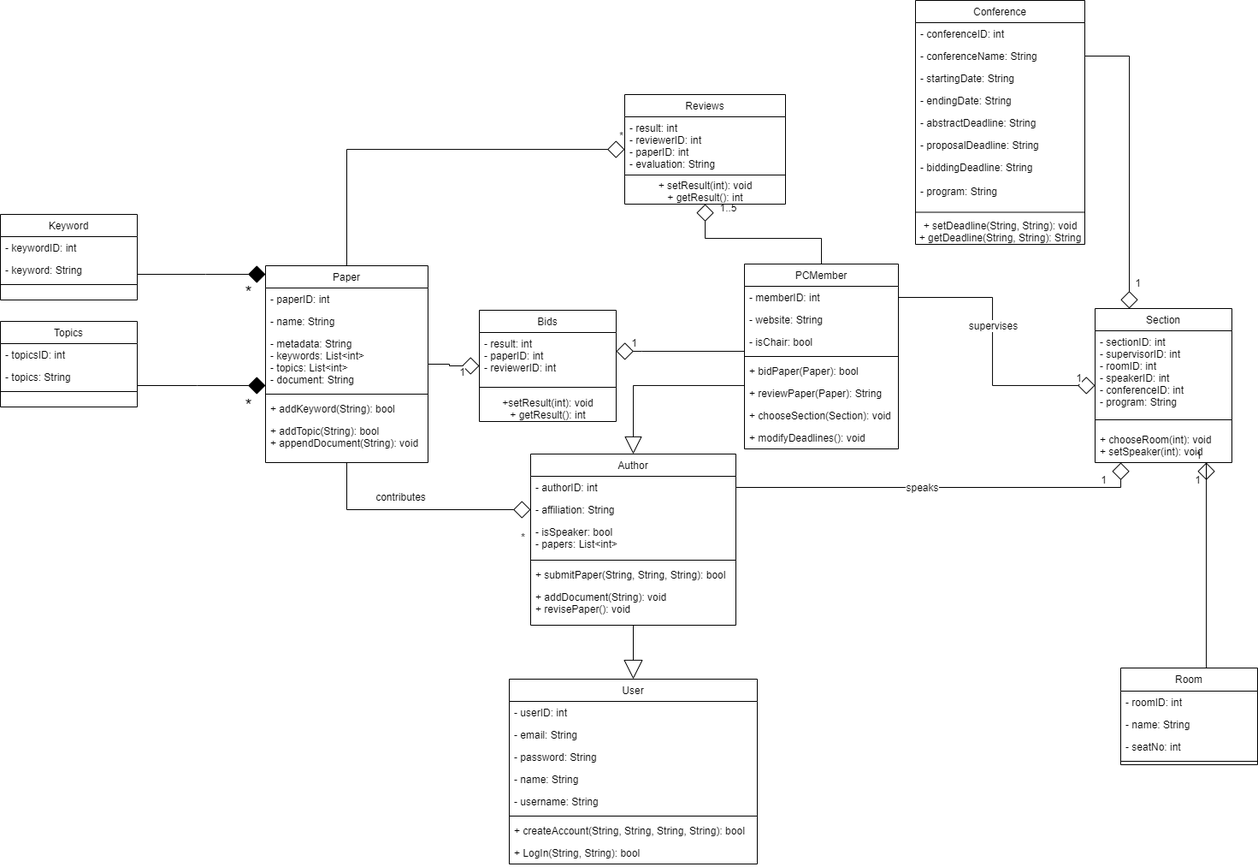
Earlier version of the draw.io export analysis model/object model/classDiagram.png (BackendBoys-ISS/issrepo). Source tidied: cells renumbered, new cells last; positions are measured from the earlier drawing's top-left corner, leaving out a move shared by most shapes.
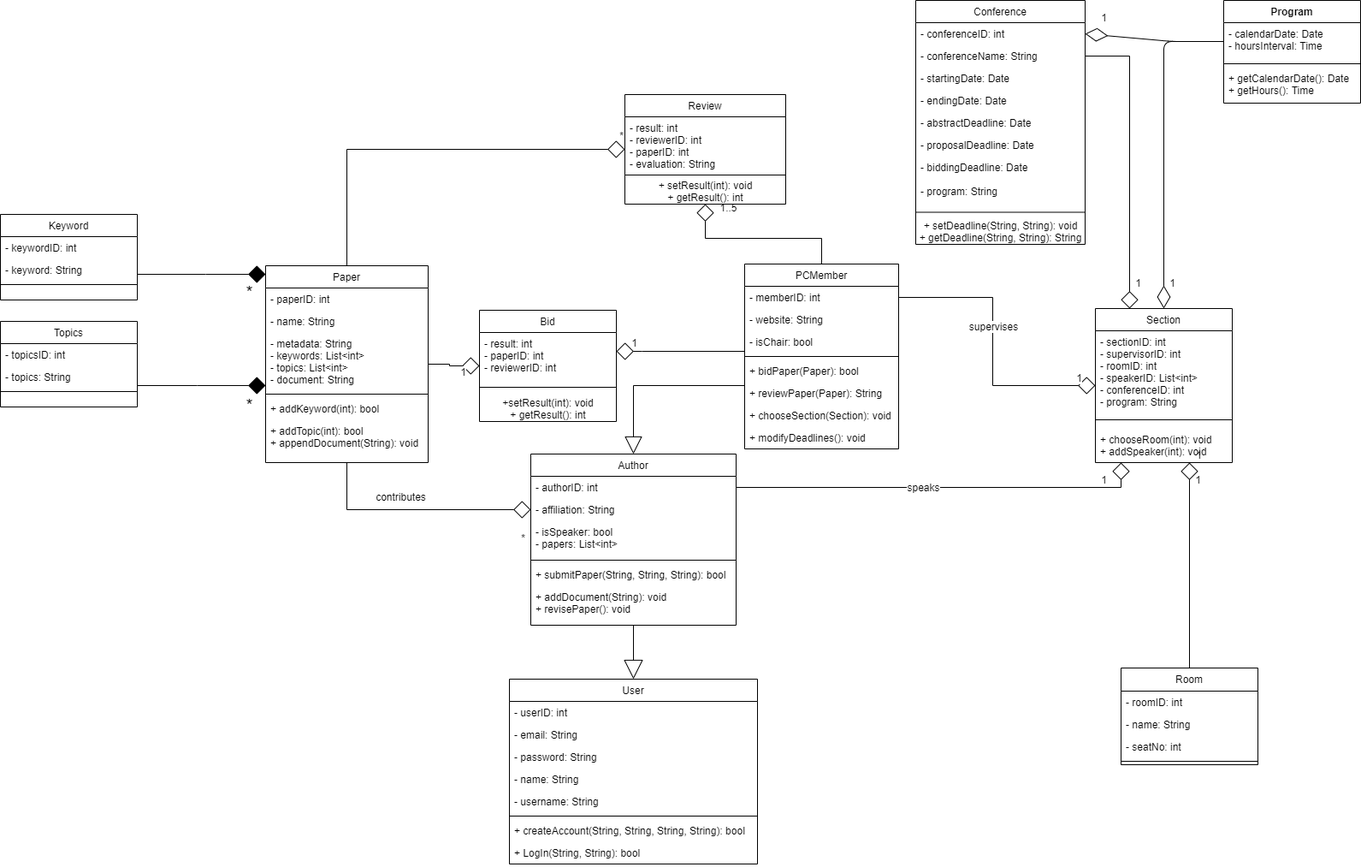
After the change.

Commit message:
updated class diagram

The edit, as a diff of the source:
```diff
@@ -58,7 +58,7 @@
         <mxPoint x="319" y="-138" as="offset" />
       </mxGeometry>
     </mxCell>
-    <mxCell id="14" value="Reviews" style="swimlane;fontStyle=0;align=center;verticalAlign=top;horizontal=1;startSize=26;fontSize=12;" parent="1" vertex="1">
+    <mxCell id="14" value="Review" style="swimlane;fontStyle=0;align=center;verticalAlign=top;horizontal=1;startSize=26;fontSize=12;" parent="1" vertex="1">
       <mxGeometry x="730" y="110" width="188" height="128" as="geometry" />
     </mxCell>
     <mxCell id="15" value="- result: int&#10;- reviewerID: int&#10;- paperID: int&#10;- evaluation: String" style="text;strokeColor=none;fillColor=none;align=left;verticalAlign=top;spacingLeft=4;spacingRight=4;overflow=hidden;" parent="14" vertex="1">
@@ -119,10 +119,10 @@
     <mxCell id="29" style="line;html=1;strokeWidth=1;align=left;verticalAlign=middle;spacingTop=-1;spacingLeft=3;spacingRight=3;labelPosition=right;" parent="24" vertex="1">
       <mxGeometry y="146" width="190" height="8" as="geometry" />
     </mxCell>
-    <mxCell id="30" value="+ addKeyword(String): bool" style="text;strokeColor=none;fillColor=none;align=left;verticalAlign=top;spacingLeft=4;spacingRight=4;overflow=hidden;fontSize=12;" parent="24" vertex="1">
+    <mxCell id="30" value="+ addKeyword(int): bool" style="text;strokeColor=none;fillColor=none;align=left;verticalAlign=top;spacingLeft=4;spacingRight=4;overflow=hidden;fontSize=12;" parent="24" vertex="1">
       <mxGeometry y="154" width="190" height="26" as="geometry" />
     </mxCell>
-    <mxCell id="31" value="+ addTopic(String): bool&#10;+ appendDocument(String): void" style="text;strokeColor=none;fillColor=none;align=left;verticalAlign=top;spacingLeft=4;spacingRight=4;overflow=hidden;fontSize=12;" parent="24" vertex="1">
+    <mxCell id="31" value="+ addTopic(int): bool&#10;+ appendDocument(String): void" style="text;strokeColor=none;fillColor=none;align=left;verticalAlign=top;spacingLeft=4;spacingRight=4;overflow=hidden;fontSize=12;" parent="24" vertex="1">
       <mxGeometry y="180" width="190" height="40" as="geometry" />
     </mxCell>
     <mxCell id="32" value="Topics" style="swimlane;fontStyle=0;align=center;verticalAlign=top;horizontal=1;startSize=26;rounded=0;shadow=0;strokeWidth=1;" parent="1" vertex="1">
@@ -193,7 +193,7 @@
         <mxPoint x="83" y="183" as="offset" />
       </mxGeometry>
     </mxCell>
-    <mxCell id="52" value="Bids" style="swimlane;fontStyle=0;align=center;verticalAlign=top;horizontal=1;startSize=26;fontSize=12;" parent="1" vertex="1">
+    <mxCell id="52" value="Bid" style="swimlane;fontStyle=0;align=center;verticalAlign=top;horizontal=1;startSize=26;fontSize=12;" parent="1" vertex="1">
       <mxGeometry x="560" y="362" width="160" height="130" as="geometry" />
     </mxCell>
     <mxCell id="53" value="- result: int&#10;- paperID: int&#10;- reviewerID: int" style="text;strokeColor=none;fillColor=none;align=left;verticalAlign=top;spacingLeft=4;spacingRight=4;overflow=hidden;" parent="52" vertex="1">
@@ -239,13 +239,13 @@
     <mxCell id="65" value="Section" style="swimlane;fontStyle=0;align=center;verticalAlign=top;horizontal=1;startSize=26;fontSize=12;" parent="1" vertex="1">
       <mxGeometry x="1280" y="360" width="160" height="180" as="geometry" />
     </mxCell>
-    <mxCell id="66" value="- sectionID: int&#10;- supervisorID: int&#10;- roomID: int&#10;- speakerID: int&#10;- conferenceID: int&#10;- program: String" style="text;strokeColor=none;fillColor=none;align=left;verticalAlign=top;spacingLeft=4;spacingRight=4;overflow=hidden;" parent="65" vertex="1">
+    <mxCell id="66" value="- sectionID: int&#10;- supervisorID: int&#10;- roomID: int&#10;- speakerID: List&lt;int&gt;&#10;- conferenceID: int&#10;- program: String" style="text;strokeColor=none;fillColor=none;align=left;verticalAlign=top;spacingLeft=4;spacingRight=4;overflow=hidden;" parent="65" vertex="1">
       <mxGeometry y="26" width="160" height="94" as="geometry" />
     </mxCell>
     <mxCell id="67" style="line;strokeWidth=1;fillColor=none;align=left;verticalAlign=middle;spacingTop=-1;spacingLeft=3;spacingRight=3;labelPosition=right;" parent="65" vertex="1">
       <mxGeometry y="120" width="160" height="20" as="geometry" />
     </mxCell>
-    <mxCell id="68" value="+ chooseRoom(int): void&#10;+ setSpeaker(int): void" style="text;strokeColor=none;fillColor=none;align=left;verticalAlign=top;spacingLeft=4;spacingRight=4;overflow=hidden;fontSize=12;" parent="65" vertex="1">
+    <mxCell id="68" value="+ chooseRoom(int): void&#10;+ addSpeaker(int): void" style="text;strokeColor=none;fillColor=none;align=left;verticalAlign=top;spacingLeft=4;spacingRight=4;overflow=hidden;fontSize=12;" parent="65" vertex="1">
       <mxGeometry y="140" width="160" height="40" as="geometry" />
     </mxCell>
     <mxCell id="69" style="edgeStyle=orthogonalEdgeStyle;rounded=0;jettySize=auto;html=1;startArrow=none;startFill=0;startSize=18;endArrow=diamond;endFill=0;endSize=18;strokeWidth=1;fontSize=12;" parent="1" edge="1" source="71" target="65">
@@ -283,6 +283,18 @@
     <mxCell id="78" value="contributes" style="text;html=1;align=center;verticalAlign=middle;" parent="1" vertex="1">
       <mxGeometry x="433" y="570" width="70" height="20" as="geometry" />
     </mxCell>
+    <mxCell id="99" value="Program" style="swimlane;fontStyle=1;align=center;verticalAlign=top;horizontal=1;startSize=26;" parent="1" vertex="1">
+      <mxGeometry x="1430" width="160" height="120" as="geometry" />
+    </mxCell>
+    <mxCell id="100" value="- calendarDate: Date&#10;- hoursInterval: Time" style="text;strokeColor=none;fillColor=none;align=left;verticalAlign=top;spacingLeft=4;spacingRight=4;overflow=hidden;points=[[0,0.5],[1,0.5]];portConstraint=eastwest;" parent="99" vertex="1">
+      <mxGeometry y="26" width="160" height="44" as="geometry" />
+    </mxCell>
+    <mxCell id="101" style="line;strokeWidth=1;fillColor=none;align=left;verticalAlign=middle;spacingTop=-1;spacingLeft=3;spacingRight=3;labelPosition=right;" parent="99" vertex="1">
+      <mxGeometry y="70" width="160" height="8" as="geometry" />
+    </mxCell>
+    <mxCell id="102" value="+ getCalendarDate(): Date&#10;+ getHours(): Time" style="text;strokeColor=none;fillColor=none;align=left;verticalAlign=top;spacingLeft=4;spacingRight=4;overflow=hidden;" parent="99" vertex="1">
+      <mxGeometry y="78" width="160" height="42" as="geometry" />
+    </mxCell>
     <mxCell id="79" value="User" style="swimlane;fontStyle=0;align=center;verticalAlign=top;horizontal=1;startSize=26;fontSize=12;" parent="1" vertex="1">
       <mxGeometry x="595" y="793" width="290" height="216" as="geometry" />
     </mxCell>
@@ -319,19 +331,19 @@
     <mxCell id="90" value="- conferenceName: String" style="text;strokeColor=none;fillColor=none;align=left;verticalAlign=top;spacingLeft=4;spacingRight=4;overflow=hidden;points=[[0,0.5],[1,0.5]];portConstraint=eastwest;" parent="88" vertex="1">
       <mxGeometry y="52" width="198" height="26" as="geometry" />
     </mxCell>
-    <mxCell id="91" value="- startingDate: String" style="text;strokeColor=none;fillColor=none;align=left;verticalAlign=top;spacingLeft=4;spacingRight=4;overflow=hidden;" parent="88" vertex="1">
+    <mxCell id="91" value="- startingDate: Date" style="text;strokeColor=none;fillColor=none;align=left;verticalAlign=top;spacingLeft=4;spacingRight=4;overflow=hidden;" parent="88" vertex="1">
       <mxGeometry y="78" width="198" height="26" as="geometry" />
     </mxCell>
-    <mxCell id="92" value="- endingDate: String" style="text;strokeColor=none;fillColor=none;align=left;verticalAlign=top;spacingLeft=4;spacingRight=4;overflow=hidden;" parent="88" vertex="1">
+    <mxCell id="92" value="- endingDate: Date" style="text;strokeColor=none;fillColor=none;align=left;verticalAlign=top;spacingLeft=4;spacingRight=4;overflow=hidden;" parent="88" vertex="1">
       <mxGeometry y="104" width="198" height="26" as="geometry" />
     </mxCell>
-    <mxCell id="93" value="- abstractDeadline: String" style="text;strokeColor=none;fillColor=none;align=left;verticalAlign=top;spacingLeft=4;spacingRight=4;overflow=hidden;" parent="88" vertex="1">
+    <mxCell id="93" value="- abstractDeadline: Date" style="text;strokeColor=none;fillColor=none;align=left;verticalAlign=top;spacingLeft=4;spacingRight=4;overflow=hidden;" parent="88" vertex="1">
       <mxGeometry y="130" width="198" height="26" as="geometry" />
     </mxCell>
-    <mxCell id="94" value="- proposalDeadline: String" style="text;strokeColor=none;fillColor=none;align=left;verticalAlign=top;spacingLeft=4;spacingRight=4;overflow=hidden;" parent="88" vertex="1">
+    <mxCell id="94" value="- proposalDeadline: Date" style="text;strokeColor=none;fillColor=none;align=left;verticalAlign=top;spacingLeft=4;spacingRight=4;overflow=hidden;" parent="88" vertex="1">
       <mxGeometry y="156" width="198" height="26" as="geometry" />
     </mxCell>
-    <mxCell id="95" value="- biddingDeadline: String" style="text;strokeColor=none;fillColor=none;align=left;verticalAlign=top;spacingLeft=4;spacingRight=4;overflow=hidden;" parent="88" vertex="1">
+    <mxCell id="95" value="- biddingDeadline: Date" style="text;strokeColor=none;fillColor=none;align=left;verticalAlign=top;spacingLeft=4;spacingRight=4;overflow=hidden;" parent="88" vertex="1">
       <mxGeometry y="182" width="198" height="28" as="geometry" />
     </mxCell>
     <mxCell id="96" value="- program: String" style="text;strokeColor=none;fillColor=none;align=left;verticalAlign=top;spacingLeft=4;spacingRight=4;overflow=hidden;" parent="88" vertex="1">
@@ -343,5 +355,25 @@
     <mxCell id="98" value="+ setDeadline(String, String): void&lt;br&gt;+ getDeadline(String, String): String" style="text;html=1;align=center;verticalAlign=middle;" parent="88" vertex="1">
       <mxGeometry y="255" width="198" height="30" as="geometry" />
     </mxCell>
+    <mxCell id="103" style="endArrow=diamondThin;endFill=0;endSize=24;html=1;exitX=0;exitY=0.5;exitDx=0;exitDy=0;entryX=0.5;entryY=0;entryDx=0;entryDy=0;" parent="1" edge="1" source="100" target="65">
+      <mxGeometry relative="1" as="geometry">
+        <Array as="points">
+          <mxPoint x="1360" y="48" />
+        </Array>
+      </mxGeometry>
+    </mxCell>
+    <mxCell id="104" value="1" style="text;html=1;align=center;verticalAlign=middle;" parent="1" vertex="1">
+      <mxGeometry x="1360" y="320" width="20" height="20" as="geometry" />
+    </mxCell>
+    <mxCell id="105" style="endArrow=diamondThin;endFill=0;endSize=24;html=1;entryX=1;entryY=0.5;entryDx=0;entryDy=0;exitX=0;exitY=0.5;exitDx=0;exitDy=0;" parent="1" edge="1" source="100" target="89">
+      <mxGeometry relative="1" as="geometry">
+        <Array as="points">
+          <mxPoint x="1370" y="48" />
+        </Array>
+      </mxGeometry>
+    </mxCell>
+    <mxCell id="106" value="1" style="text;html=1;align=center;verticalAlign=middle;" parent="1" vertex="1">
+      <mxGeometry x="1280" y="10" width="20" height="20" as="geometry" />
+    </mxCell>
   </root>
 </mxGraphModel>
```
